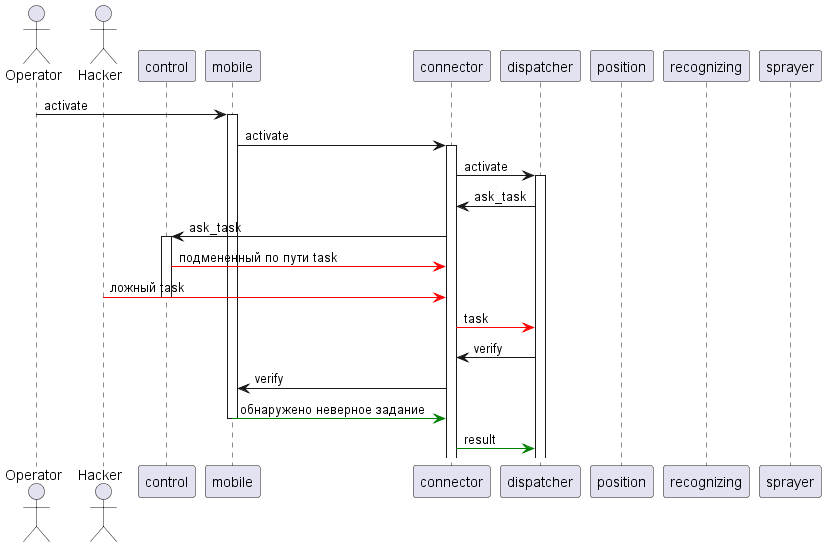
This is pics/sd_1.png from sergey-sobolev/cyberimmune-systems-case-study-drone, a PlantUML export, as it was before one commit.
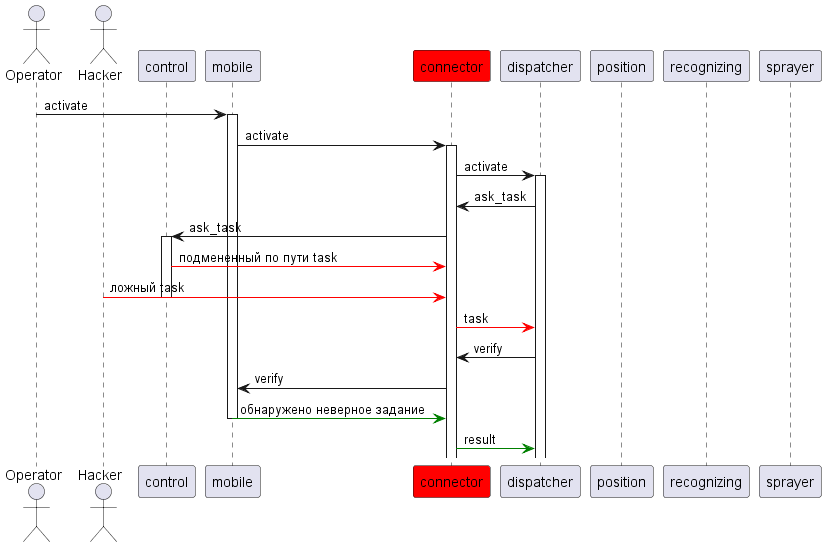
Above is the later version.

Diff of the diagram source:
```diff
@@ -3,7 +3,7 @@
 actor "Hacker" as h
 participant control
 participant mobile
-participant connector
+participant connector #red
 participant dispatcher
 participant position
 participant recognizing
```
